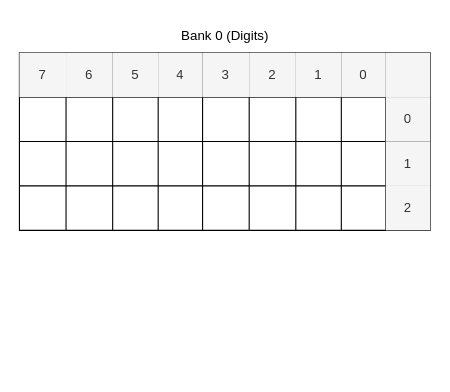
This is z8ProcessorCore/output_memory_map.drawio from Adi-Vat/Excursions, a draw.io file, before an edit. Source tidied: cells renumbered, new cells numbered last; positions are measured from the earlier drawing's top-left corner, leaving out a move shared by most shapes. Both pictures are drawn from the tidied source at 111%, with x=0, y=0 at pixel (19, 19).
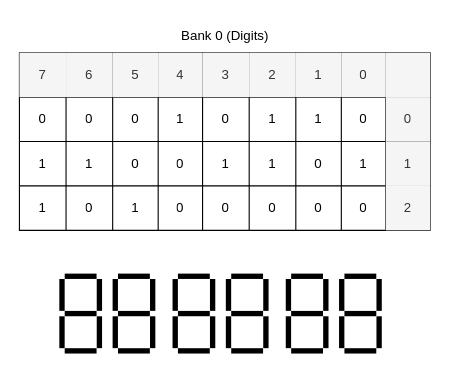
The same page after the edit.

The change refers to these unchanged cells:
```xml
<mxCell id="13" style="shape=tableRow;horizontal=0;startSize=0;swimlaneHead=0;swimlaneBody=0;strokeColor=inherit;top=0;left=0;bottom=0;right=0;fillColor=none;" parent="2" vertex="1">
  <mxGeometry y="40" width="370" height="40" as="geometry" />
</mxCell>
<mxCell id="23" style="shape=tableRow;horizontal=0;startSize=0;swimlaneHead=0;swimlaneBody=0;strokeColor=inherit;top=0;left=0;bottom=0;right=0;fillColor=none;" parent="2" vertex="1">
  <mxGeometry y="80" width="370" height="40" as="geometry" />
</mxCell>
<mxCell id="33" style="shape=tableRow;horizontal=0;startSize=0;swimlaneHead=0;swimlaneBody=0;strokeColor=inherit;top=0;left=0;bottom=0;right=0;fillColor=none;" parent="2" vertex="1">
  <mxGeometry y="120" width="370" height="40" as="geometry" />
</mxCell>
```

The edit, as a diff of the source:
```diff
@@
-    <mxCell id="14" style="shape=partialRectangle;html=1;whiteSpace=wrap;strokeColor=inherit;overflow=hidden;fillColor=none;top=0;left=0;bottom=0;right=0;" parent="13" vertex="1">
+    <mxCell id="14" value="0" style="shape=partialRectangle;html=1;whiteSpace=wrap;strokeColor=inherit;overflow=hidden;fillColor=none;top=0;left=0;bottom=0;right=0;" parent="13" vertex="1">
       <mxGeometry width="42" height="40" as="geometry" />
     </mxCell>
-    <mxCell id="15" style="shape=partialRectangle;html=1;whiteSpace=wrap;strokeColor=inherit;overflow=hidden;fillColor=none;top=0;left=0;bottom=0;right=0;" parent="13" vertex="1">
+    <mxCell id="15" value="0" style="shape=partialRectangle;html=1;whiteSpace=wrap;strokeColor=inherit;overflow=hidden;fillColor=none;top=0;left=0;bottom=0;right=0;" parent="13" vertex="1">
       <mxGeometry x="42" width="42" height="40" as="geometry" />
     </mxCell>
-    <mxCell id="16" style="shape=partialRectangle;html=1;whiteSpace=wrap;strokeColor=inherit;overflow=hidden;fillColor=none;top=0;left=0;bottom=0;right=0;" parent="13" vertex="1">
+    <mxCell id="16" value="0" style="shape=partialRectangle;html=1;whiteSpace=wrap;strokeColor=inherit;overflow=hidden;fillColor=none;top=0;left=0;bottom=0;right=0;" parent="13" vertex="1">
       <mxGeometry x="84" width="41" height="40" as="geometry" />
     </mxCell>
-    <mxCell id="17" style="shape=partialRectangle;html=1;whiteSpace=wrap;strokeColor=inherit;overflow=hidden;fillColor=none;top=0;left=0;bottom=0;right=0;" parent="13" vertex="1">
+    <mxCell id="17" value="1" style="shape=partialRectangle;html=1;whiteSpace=wrap;strokeColor=inherit;overflow=hidden;fillColor=none;top=0;left=0;bottom=0;right=0;" parent="13" vertex="1">
       <mxGeometry x="125" width="40" height="40" as="geometry" />
     </mxCell>
-    <mxCell id="18" style="shape=partialRectangle;html=1;whiteSpace=wrap;strokeColor=inherit;overflow=hidden;fillColor=none;top=0;left=0;bottom=0;right=0;" parent="13" vertex="1">
+    <mxCell id="18" value="0" style="shape=partialRectangle;html=1;whiteSpace=wrap;strokeColor=inherit;overflow=hidden;fillColor=none;top=0;left=0;bottom=0;right=0;" parent="13" vertex="1">
       <mxGeometry x="165" width="42" height="40" as="geometry" />
     </mxCell>
-    <mxCell id="19" style="shape=partialRectangle;html=1;whiteSpace=wrap;strokeColor=inherit;overflow=hidden;fillColor=none;top=0;left=0;bottom=0;right=0;" parent="13" vertex="1">
+    <mxCell id="19" value="1" style="shape=partialRectangle;html=1;whiteSpace=wrap;strokeColor=inherit;overflow=hidden;fillColor=none;top=0;left=0;bottom=0;right=0;" parent="13" vertex="1">
       <mxGeometry x="207" width="42" height="40" as="geometry" />
     </mxCell>
-    <mxCell id="20" style="shape=partialRectangle;html=1;whiteSpace=wrap;strokeColor=inherit;overflow=hidden;fillColor=none;top=0;left=0;bottom=0;right=0;" parent="13" vertex="1">
+    <mxCell id="20" value="1" style="shape=partialRectangle;html=1;whiteSpace=wrap;strokeColor=inherit;overflow=hidden;fillColor=none;top=0;left=0;bottom=0;right=0;" parent="13" vertex="1">
       <mxGeometry x="249" width="41" height="40" as="geometry" />
     </mxCell>
-    <mxCell id="21" style="shape=partialRectangle;html=1;whiteSpace=wrap;strokeColor=inherit;overflow=hidden;fillColor=none;top=0;left=0;bottom=0;right=0;" parent="13" vertex="1">
+    <mxCell id="21" value="0" style="shape=partialRectangle;html=1;whiteSpace=wrap;strokeColor=inherit;overflow=hidden;fillColor=none;top=0;left=0;bottom=0;right=0;" parent="13" vertex="1">
       <mxGeometry x="290" width="40" height="40" as="geometry" />
     </mxCell>
@@
-    <mxCell id="24" style="shape=partialRectangle;html=1;whiteSpace=wrap;strokeColor=inherit;overflow=hidden;fillColor=none;top=0;left=0;bottom=0;right=0;" parent="23" vertex="1">
+    <mxCell id="24" value="1" style="shape=partialRectangle;html=1;whiteSpace=wrap;strokeColor=inherit;overflow=hidden;fillColor=none;top=0;left=0;bottom=0;right=0;" parent="23" vertex="1">
       <mxGeometry width="42" height="40" as="geometry" />
     </mxCell>
-    <mxCell id="25" style="shape=partialRectangle;html=1;whiteSpace=wrap;strokeColor=inherit;overflow=hidden;fillColor=none;top=0;left=0;bottom=0;right=0;" parent="23" vertex="1">
+    <mxCell id="25" value="1" style="shape=partialRectangle;html=1;whiteSpace=wrap;strokeColor=inherit;overflow=hidden;fillColor=none;top=0;left=0;bottom=0;right=0;" parent="23" vertex="1">
       <mxGeometry x="42" width="42" height="40" as="geometry" />
     </mxCell>
-    <mxCell id="26" style="shape=partialRectangle;html=1;whiteSpace=wrap;strokeColor=inherit;overflow=hidden;fillColor=none;top=0;left=0;bottom=0;right=0;" parent="23" vertex="1">
+    <mxCell id="26" value="0" style="shape=partialRectangle;html=1;whiteSpace=wrap;strokeColor=inherit;overflow=hidden;fillColor=none;top=0;left=0;bottom=0;right=0;" parent="23" vertex="1">
       <mxGeometry x="84" width="41" height="40" as="geometry" />
     </mxCell>
-    <mxCell id="27" style="shape=partialRectangle;html=1;whiteSpace=wrap;strokeColor=inherit;overflow=hidden;fillColor=none;top=0;left=0;bottom=0;right=0;" parent="23" vertex="1">
+    <mxCell id="27" value="0" style="shape=partialRectangle;html=1;whiteSpace=wrap;strokeColor=inherit;overflow=hidden;fillColor=none;top=0;left=0;bottom=0;right=0;" parent="23" vertex="1">
       <mxGeometry x="125" width="40" height="40" as="geometry" />
     </mxCell>
-    <mxCell id="28" style="shape=partialRectangle;html=1;whiteSpace=wrap;strokeColor=inherit;overflow=hidden;fillColor=none;top=0;left=0;bottom=0;right=0;" parent="23" vertex="1">
+    <mxCell id="28" value="1" style="shape=partialRectangle;html=1;whiteSpace=wrap;strokeColor=inherit;overflow=hidden;fillColor=none;top=0;left=0;bottom=0;right=0;" parent="23" vertex="1">
       <mxGeometry x="165" width="42" height="40" as="geometry" />
     </mxCell>
-    <mxCell id="29" style="shape=partialRectangle;html=1;whiteSpace=wrap;strokeColor=inherit;overflow=hidden;fillColor=none;top=0;left=0;bottom=0;right=0;" parent="23" vertex="1">
+    <mxCell id="29" value="1" style="shape=partialRectangle;html=1;whiteSpace=wrap;strokeColor=inherit;overflow=hidden;fillColor=none;top=0;left=0;bottom=0;right=0;" parent="23" vertex="1">
       <mxGeometry x="207" width="42" height="40" as="geometry" />
     </mxCell>
-    <mxCell id="30" style="shape=partialRectangle;html=1;whiteSpace=wrap;strokeColor=inherit;overflow=hidden;fillColor=none;top=0;left=0;bottom=0;right=0;" parent="23" vertex="1">
+    <mxCell id="30" value="0" style="shape=partialRectangle;html=1;whiteSpace=wrap;strokeColor=inherit;overflow=hidden;fillColor=none;top=0;left=0;bottom=0;right=0;" parent="23" vertex="1">
       <mxGeometry x="249" width="41" height="40" as="geometry" />
     </mxCell>
-    <mxCell id="31" style="shape=partialRectangle;html=1;whiteSpace=wrap;strokeColor=inherit;overflow=hidden;fillColor=none;top=0;left=0;bottom=0;right=0;" parent="23" vertex="1">
+    <mxCell id="31" value="1" style="shape=partialRectangle;html=1;whiteSpace=wrap;strokeColor=inherit;overflow=hidden;fillColor=none;top=0;left=0;bottom=0;right=0;" parent="23" vertex="1">
       <mxGeometry x="290" width="40" height="40" as="geometry" />
     </mxCell>
@@
-    <mxCell id="34" style="shape=partialRectangle;html=1;whiteSpace=wrap;strokeColor=inherit;overflow=hidden;fillColor=none;top=0;left=0;bottom=0;right=0;" parent="33" vertex="1">
+    <mxCell id="34" value="1" style="shape=partialRectangle;html=1;whiteSpace=wrap;strokeColor=inherit;overflow=hidden;fillColor=none;top=0;left=0;bottom=0;right=0;" parent="33" vertex="1">
       <mxGeometry width="42" height="40" as="geometry" />
     </mxCell>
-    <mxCell id="35" style="shape=partialRectangle;html=1;whiteSpace=wrap;strokeColor=inherit;overflow=hidden;fillColor=none;top=0;left=0;bottom=0;right=0;" parent="33" vertex="1">
+    <mxCell id="35" value="0" style="shape=partialRectangle;html=1;whiteSpace=wrap;strokeColor=inherit;overflow=hidden;fillColor=none;top=0;left=0;bottom=0;right=0;" parent="33" vertex="1">
       <mxGeometry x="42" width="42" height="40" as="geometry" />
     </mxCell>
-    <mxCell id="36" style="shape=partialRectangle;html=1;whiteSpace=wrap;strokeColor=inherit;overflow=hidden;fillColor=none;top=0;left=0;bottom=0;right=0;" parent="33" vertex="1">
+    <mxCell id="36" value="1" style="shape=partialRectangle;html=1;whiteSpace=wrap;strokeColor=inherit;overflow=hidden;fillColor=none;top=0;left=0;bottom=0;right=0;" parent="33" vertex="1">
       <mxGeometry x="84" width="41" height="40" as="geometry" />
     </mxCell>
-    <mxCell id="37" style="shape=partialRectangle;html=1;whiteSpace=wrap;strokeColor=inherit;overflow=hidden;fillColor=none;top=0;left=0;bottom=0;right=0;" parent="33" vertex="1">
+    <mxCell id="37" value="0" style="shape=partialRectangle;html=1;whiteSpace=wrap;strokeColor=inherit;overflow=hidden;fillColor=none;top=0;left=0;bottom=0;right=0;" parent="33" vertex="1">
       <mxGeometry x="125" width="40" height="40" as="geometry" />
     </mxCell>
-    <mxCell id="38" style="shape=partialRectangle;html=1;whiteSpace=wrap;strokeColor=inherit;overflow=hidden;fillColor=none;top=0;left=0;bottom=0;right=0;" parent="33" vertex="1">
+    <mxCell id="38" value="0" style="shape=partialRectangle;html=1;whiteSpace=wrap;strokeColor=inherit;overflow=hidden;fillColor=none;top=0;left=0;bottom=0;right=0;" parent="33" vertex="1">
       <mxGeometry x="165" width="42" height="40" as="geometry" />
     </mxCell>
-    <mxCell id="39" style="shape=partialRectangle;html=1;whiteSpace=wrap;strokeColor=inherit;overflow=hidden;fillColor=none;top=0;left=0;bottom=0;right=0;" parent="33" vertex="1">
+    <mxCell id="39" value="0" style="shape=partialRectangle;html=1;whiteSpace=wrap;strokeColor=inherit;overflow=hidden;fillColor=none;top=0;left=0;bottom=0;right=0;" parent="33" vertex="1">
       <mxGeometry x="207" width="42" height="40" as="geometry" />
     </mxCell>
-    <mxCell id="40" style="shape=partialRectangle;html=1;whiteSpace=wrap;strokeColor=inherit;overflow=hidden;fillColor=none;top=0;left=0;bottom=0;right=0;" parent="33" vertex="1">
+    <mxCell id="40" value="0" style="shape=partialRectangle;html=1;whiteSpace=wrap;strokeColor=inherit;overflow=hidden;fillColor=none;top=0;left=0;bottom=0;right=0;" parent="33" vertex="1">
       <mxGeometry x="249" width="41" height="40" as="geometry" />
     </mxCell>
-    <mxCell id="41" style="shape=partialRectangle;html=1;whiteSpace=wrap;strokeColor=inherit;overflow=hidden;fillColor=none;top=0;left=0;bottom=0;right=0;" parent="33" vertex="1">
+    <mxCell id="41" value="0" style="shape=partialRectangle;html=1;whiteSpace=wrap;strokeColor=inherit;overflow=hidden;fillColor=none;top=0;left=0;bottom=0;right=0;" parent="33" vertex="1">
       <mxGeometry x="290" width="40" height="40" as="geometry" />
     </mxCell>
@@
+    <mxCell id="44" style="group;" parent="1" vertex="1">
+      <mxGeometry x="60" y="229" width="279" height="90" as="geometry" />
+    </mxCell>
+    <mxCell id="45" style="group;" parent="44" vertex="1">
+      <mxGeometry x="204" width="48" height="90" as="geometry" />
+    </mxCell>
+    <mxCell id="46" style="group;" parent="45" vertex="1">
+      <mxGeometry x="24" width="38.4" height="72" as="geometry" />
+    </mxCell>
+    <mxCell id="47" style="rounded=0;whiteSpace=wrap;html=1;strokeColor=none;fillColor=#000000;" parent="46" vertex="1">
+      <mxGeometry x="4.8" width="28.7" height="4.8" as="geometry" />
+    </mxCell>
+    <mxCell id="48" style="rounded=0;whiteSpace=wrap;html=1;strokeColor=none;fillColor=#000000;rotation=90;" parent="46" vertex="1">
+      <mxGeometry x="21.7" y="16.8" width="28.7" height="4.8" as="geometry" />
+    </mxCell>
+    <mxCell id="49" style="rounded=0;whiteSpace=wrap;html=1;strokeColor=none;fillColor=#000000;rotation=90;" parent="46" vertex="1">
+      <mxGeometry x="-12" y="16.8" width="28.7" height="4.8" as="geometry" />
+    </mxCell>
+    <mxCell id="50" style="rounded=0;whiteSpace=wrap;html=1;strokeColor=none;fillColor=#000000;" parent="46" vertex="1">
+      <mxGeometry x="4.8" y="33.6" width="28.7" height="4.8" as="geometry" />
+    </mxCell>
+    <mxCell id="51" style="rounded=0;whiteSpace=wrap;html=1;strokeColor=none;fillColor=#000000;rotation=90;" parent="46" vertex="1">
+      <mxGeometry x="21.7" y="50.4" width="28.7" height="4.8" as="geometry" />
+    </mxCell>
+    <mxCell id="52" style="rounded=0;whiteSpace=wrap;html=1;strokeColor=none;fillColor=#000000;rotation=90;" parent="46" vertex="1">
+      <mxGeometry x="-12" y="50.4" width="28.7" height="4.8" as="geometry" />
+    </mxCell>
+    <mxCell id="53" style="rounded=0;whiteSpace=wrap;html=1;strokeColor=none;fillColor=#000000;" parent="46" vertex="1">
+      <mxGeometry x="4.8" y="67.2" width="28.7" height="4.8" as="geometry" />
+    </mxCell>
+    <mxCell id="54" style="group;" parent="45" vertex="1">
+      <mxGeometry x="-24" width="38.4" height="72" as="geometry" />
+    </mxCell>
+    <mxCell id="55" style="rounded=0;whiteSpace=wrap;html=1;strokeColor=none;fillColor=#000000;" parent="54" vertex="1">
+      <mxGeometry x="4.8" width="28.7" height="4.8" as="geometry" />
+    </mxCell>
+    <mxCell id="56" style="rounded=0;whiteSpace=wrap;html=1;strokeColor=none;fillColor=#000000;rotation=90;" parent="54" vertex="1">
+      <mxGeometry x="21.7" y="16.8" width="28.7" height="4.8" as="geometry" />
+    </mxCell>
+    <mxCell id="57" style="rounded=0;whiteSpace=wrap;html=1;strokeColor=none;fillColor=#000000;rotation=90;" parent="54" vertex="1">
+      <mxGeometry x="-12" y="16.8" width="28.7" height="4.8" as="geometry" />
+    </mxCell>
+    <mxCell id="58" style="rounded=0;whiteSpace=wrap;html=1;strokeColor=none;fillColor=#000000;" parent="54" vertex="1">
+      <mxGeometry x="4.8" y="33.6" width="28.7" height="4.8" as="geometry" />
+    </mxCell>
+    <mxCell id="59" style="rounded=0;whiteSpace=wrap;html=1;strokeColor=none;fillColor=#000000;rotation=90;" parent="54" vertex="1">
+      <mxGeometry x="21.7" y="50.4" width="28.7" height="4.8" as="geometry" />
+    </mxCell>
+    <mxCell id="60" style="rounded=0;whiteSpace=wrap;html=1;strokeColor=none;fillColor=#000000;rotation=90;" parent="54" vertex="1">
+      <mxGeometry x="-12" y="50.4" width="28.7" height="4.8" as="geometry" />
+    </mxCell>
+    <mxCell id="61" style="rounded=0;whiteSpace=wrap;html=1;strokeColor=none;fillColor=#000000;" parent="54" vertex="1">
+      <mxGeometry x="4.8" y="67.2" width="28.7" height="4.8" as="geometry" />
+    </mxCell>
+    <mxCell id="62" style="group;" parent="44" vertex="1">
+      <mxGeometry x="102" width="48" height="90" as="geometry" />
+    </mxCell>
+    <mxCell id="63" style="group;" parent="62" vertex="1">
+      <mxGeometry x="24" width="38.4" height="72" as="geometry" />
+    </mxCell>
+    <mxCell id="64" style="rounded=0;whiteSpace=wrap;html=1;strokeColor=none;fillColor=#000000;" parent="63" vertex="1">
+      <mxGeometry x="4.8" width="28.7" height="4.8" as="geometry" />
+    </mxCell>
+    <mxCell id="65" style="rounded=0;whiteSpace=wrap;html=1;strokeColor=none;fillColor=#000000;rotation=90;" parent="63" vertex="1">
+      <mxGeometry x="21.7" y="16.8" width="28.7" height="4.8" as="geometry" />
+    </mxCell>
+    <mxCell id="66" style="rounded=0;whiteSpace=wrap;html=1;strokeColor=none;fillColor=#000000;rotation=90;" parent="63" vertex="1">
+      <mxGeometry x="-12" y="16.8" width="28.7" height="4.8" as="geometry" />
+    </mxCell>
+    <mxCell id="67" style="rounded=0;whiteSpace=wrap;html=1;strokeColor=none;fillColor=#000000;" parent="63" vertex="1">
+      <mxGeometry x="4.8" y="33.6" width="28.7" height="4.8" as="geometry" />
+    </mxCell>
+    <mxCell id="68" style="rounded=0;whiteSpace=wrap;html=1;strokeColor=none;fillColor=#000000;rotation=90;" parent="63" vertex="1">
+      <mxGeometry x="21.7" y="50.4" width="28.7" height="4.8" as="geometry" />
+    </mxCell>
+    <mxCell id="69" style="rounded=0;whiteSpace=wrap;html=1;strokeColor=none;fillColor=#000000;rotation=90;" parent="63" vertex="1">
+      <mxGeometry x="-12" y="50.4" width="28.7" height="4.8" as="geometry" />
+    </mxCell>
+    <mxCell id="70" style="rounded=0;whiteSpace=wrap;html=1;strokeColor=none;fillColor=#000000;" parent="63" vertex="1">
+      <mxGeometry x="4.8" y="67.2" width="28.7" height="4.8" as="geometry" />
+    </mxCell>
+    <mxCell id="71" style="group;" parent="62" vertex="1">
+      <mxGeometry x="-24" width="38.4" height="72" as="geometry" />
+    </mxCell>
+    <mxCell id="72" style="rounded=0;whiteSpace=wrap;html=1;strokeColor=none;fillColor=#000000;" parent="71" vertex="1">
+      <mxGeometry x="4.8" width="28.7" height="4.8" as="geometry" />
+    </mxCell>
+    <mxCell id="73" style="rounded=0;whiteSpace=wrap;html=1;strokeColor=none;fillColor=#000000;rotation=90;" parent="71" vertex="1">
+      <mxGeometry x="21.7" y="16.8" width="28.7" height="4.8" as="geometry" />
+    </mxCell>
+    <mxCell id="74" style="rounded=0;whiteSpace=wrap;html=1;strokeColor=none;fillColor=#000000;rotation=90;" parent="71" vertex="1">
+      <mxGeometry x="-12" y="16.8" width="28.7" height="4.8" as="geometry" />
+    </mxCell>
+    <mxCell id="75" style="rounded=0;whiteSpace=wrap;html=1;strokeColor=none;fillColor=#000000;" parent="71" vertex="1">
+      <mxGeometry x="4.8" y="33.6" width="28.7" height="4.8" as="geometry" />
+    </mxCell>
+    <mxCell id="76" style="rounded=0;whiteSpace=wrap;html=1;strokeColor=none;fillColor=#000000;rotation=90;" parent="71" vertex="1">
+      <mxGeometry x="21.7" y="50.4" width="28.7" height="4.8" as="geometry" />
+    </mxCell>
+    <mxCell id="77" style="rounded=0;whiteSpace=wrap;html=1;strokeColor=none;fillColor=#000000;rotation=90;" parent="71" vertex="1">
+      <mxGeometry x="-12" y="50.4" width="28.7" height="4.8" as="geometry" />
+    </mxCell>
+    <mxCell id="78" style="rounded=0;whiteSpace=wrap;html=1;strokeColor=none;fillColor=#000000;" parent="71" vertex="1">
+      <mxGeometry x="4.8" y="67.2" width="28.7" height="4.8" as="geometry" />
+    </mxCell>
+    <mxCell id="79" style="group;" parent="44" vertex="1">
+      <mxGeometry width="279" height="90" as="geometry" />
+    </mxCell>
+    <mxCell id="80" style="group;" parent="79" vertex="1">
+      <mxGeometry x="24" width="38.4" height="72" as="geometry" />
+    </mxCell>
+    <mxCell id="81" style="rounded=0;whiteSpace=wrap;html=1;strokeColor=none;fillColor=#000000;" parent="80" vertex="1">
+      <mxGeometry x="4.8" width="28.7" height="4.8" as="geometry" />
+    </mxCell>
+    <mxCell id="82" style="rounded=0;whiteSpace=wrap;html=1;strokeColor=none;fillColor=#000000;rotation=90;" parent="80" vertex="1">
+      <mxGeometry x="21.7" y="16.8" width="28.7" height="4.8" as="geometry" />
+    </mxCell>
+    <mxCell id="83" style="rounded=0;whiteSpace=wrap;html=1;strokeColor=none;fillColor=#000000;rotation=90;" parent="80" vertex="1">
+      <mxGeometry x="-12" y="16.8" width="28.7" height="4.8" as="geometry" />
+    </mxCell>
+    <mxCell id="84" style="rounded=0;whiteSpace=wrap;html=1;strokeColor=none;fillColor=#000000;" parent="80" vertex="1">
+      <mxGeometry x="4.8" y="33.6" width="28.7" height="4.8" as="geometry" />
+    </mxCell>
+    <mxCell id="85" style="rounded=0;whiteSpace=wrap;html=1;strokeColor=none;fillColor=#000000;rotation=90;" parent="80" vertex="1">
+      <mxGeometry x="21.7" y="50.4" width="28.7" height="4.8" as="geometry" />
+    </mxCell>
+    <mxCell id="86" style="rounded=0;whiteSpace=wrap;html=1;strokeColor=none;fillColor=#000000;rotation=90;" parent="80" vertex="1">
+      <mxGeometry x="-12" y="50.4" width="28.7" height="4.8" as="geometry" />
+    </mxCell>
+    <mxCell id="87" style="rounded=0;whiteSpace=wrap;html=1;strokeColor=none;fillColor=#000000;" parent="80" vertex="1">
+      <mxGeometry x="4.8" y="67.2" width="28.7" height="4.8" as="geometry" />
+    </mxCell>
+    <mxCell id="88" style="group;" parent="79" vertex="1">
+      <mxGeometry x="-24" width="303" height="80.8" as="geometry" />
+    </mxCell>
+    <mxCell id="89" style="rounded=0;whiteSpace=wrap;html=1;strokeColor=none;fillColor=#000000;" parent="88" vertex="1">
+      <mxGeometry x="4.8" width="28.7" height="4.8" as="geometry" />
+    </mxCell>
+    <mxCell id="90" style="rounded=0;whiteSpace=wrap;html=1;strokeColor=none;fillColor=#000000;rotation=90;" parent="88" vertex="1">
+      <mxGeometry x="21.7" y="16.8" width="28.7" height="4.8" as="geometry" />
+    </mxCell>
+    <mxCell id="91" style="rounded=0;whiteSpace=wrap;html=1;strokeColor=none;fillColor=#000000;rotation=90;" parent="88" vertex="1">
+      <mxGeometry x="-12" y="16.8" width="28.7" height="4.8" as="geometry" />
+    </mxCell>
+    <mxCell id="92" style="rounded=0;whiteSpace=wrap;html=1;strokeColor=none;fillColor=#000000;" parent="88" vertex="1">
+      <mxGeometry x="4.8" y="33.6" width="28.7" height="4.8" as="geometry" />
+    </mxCell>
+    <mxCell id="93" style="rounded=0;whiteSpace=wrap;html=1;strokeColor=none;fillColor=#000000;rotation=90;" parent="88" vertex="1">
+      <mxGeometry x="21.7" y="50.4" width="28.7" height="4.8" as="geometry" />
+    </mxCell>
+    <mxCell id="94" style="rounded=0;whiteSpace=wrap;html=1;strokeColor=none;fillColor=#000000;rotation=90;" parent="88" vertex="1">
+      <mxGeometry x="-12" y="50.4" width="28.7" height="4.8" as="geometry" />
+    </mxCell>
+    <mxCell id="95" style="rounded=0;whiteSpace=wrap;html=1;strokeColor=none;fillColor=#000000;" parent="88" vertex="1">
+      <mxGeometry x="4.8" y="67.2" width="28.7" height="4.8" as="geometry" />
+    </mxCell>
```
